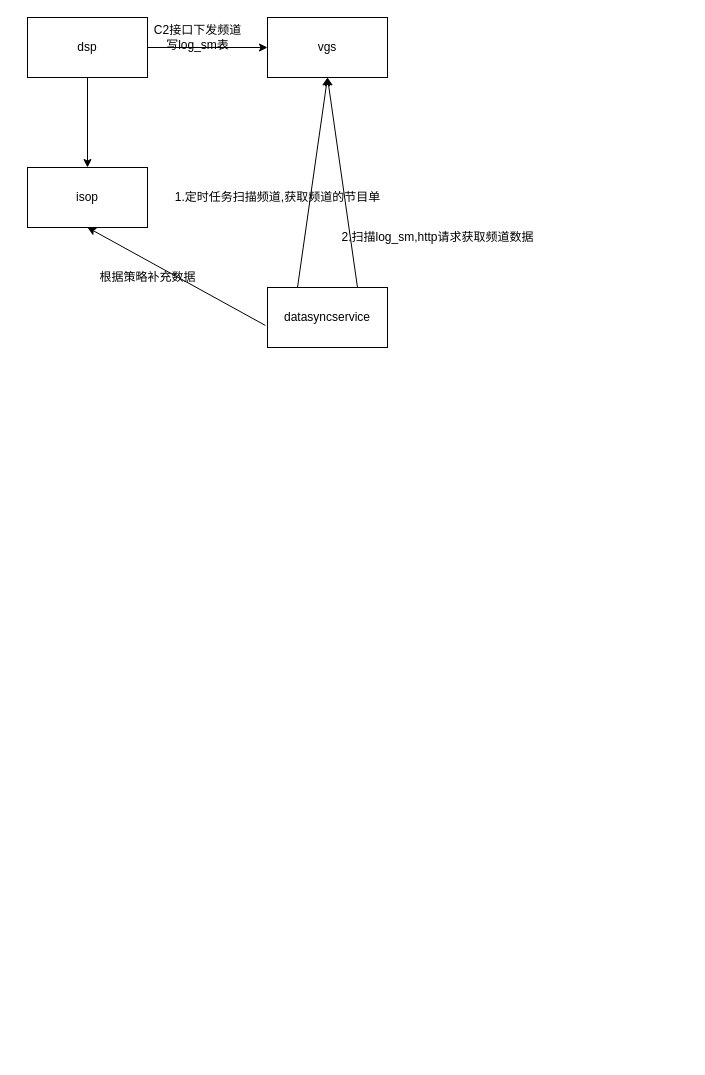
Before: 补充媒资流程.drawio in utscgeorge/processitemtest, a draw.io diagram. Source tidied: cells renumbered, new cells numbered last; positions are measured from the earlier drawing's top-left corner, leaving out a move shared by most shapes. Both pictures are drawn from the tidied source at 100%, with x=0, y=0 at pixel (27, 17).
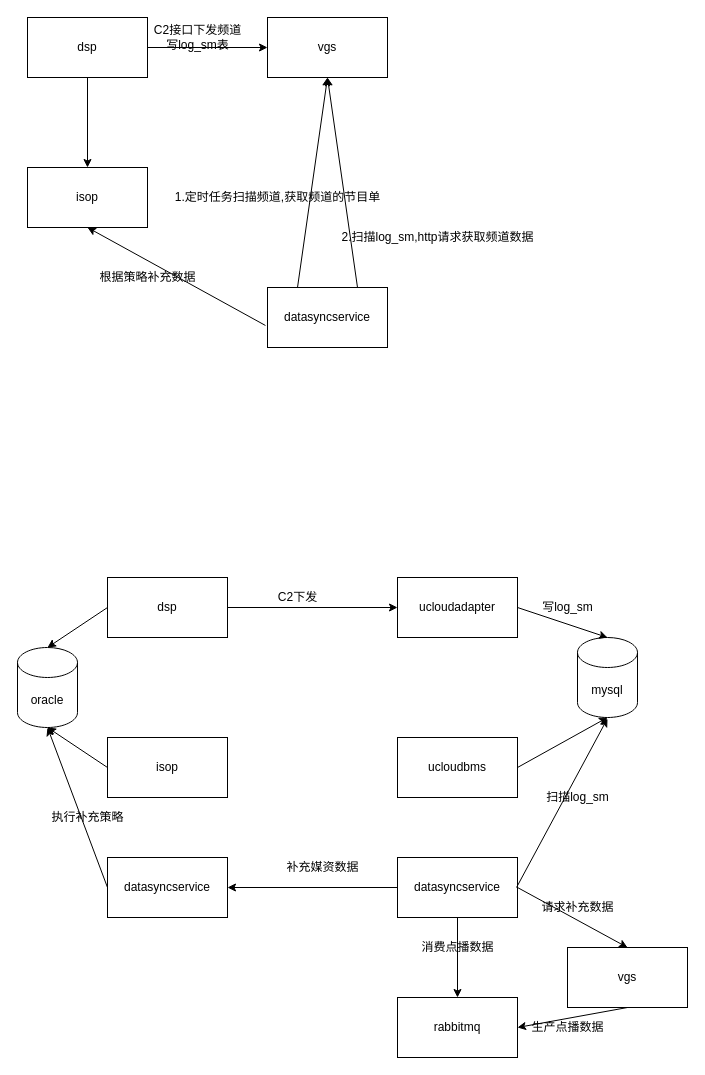
After the change.

Commit message:
Update 补充媒资流程.drawio

The edit, as a diff of the source:
```diff
@@
+    <mxCell id="15" value="isop" style="whiteSpace=wrap;html=1;" parent="1" vertex="1">
+      <mxGeometry x="80" y="720" width="120" height="60" as="geometry" />
+    </mxCell>
+    <mxCell id="16" style="edgeStyle=orthogonalEdgeStyle;rounded=0;jettySize=auto;html=1;" parent="1" edge="1" source="17" target="18">
+      <mxGeometry relative="1" as="geometry" />
+    </mxCell>
+    <mxCell id="17" value="dsp" style="whiteSpace=wrap;html=1;" parent="1" vertex="1">
+      <mxGeometry x="80" y="560" width="120" height="60" as="geometry" />
+    </mxCell>
+    <mxCell id="18" value="ucloudadapter" style="whiteSpace=wrap;html=1;" parent="1" vertex="1">
+      <mxGeometry x="370" y="560" width="120" height="60" as="geometry" />
+    </mxCell>
+    <mxCell id="19" value="ucloudbms" style="whiteSpace=wrap;html=1;" parent="1" vertex="1">
+      <mxGeometry x="370" y="720" width="120" height="60" as="geometry" />
+    </mxCell>
+    <mxCell id="20" value="oracle" style="shape=cylinder3;whiteSpace=wrap;html=1;boundedLbl=1;backgroundOutline=1;size=15;" parent="1" vertex="1">
+      <mxGeometry x="-10" y="630" width="60" height="80" as="geometry" />
+    </mxCell>
+    <mxCell id="21" style="endArrow=classic;html=1;exitX=0;exitY=0.5;exitDx=0;exitDy=0;" parent="1" edge="1" source="17">
+      <mxGeometry relative="1" as="geometry">
+        <mxPoint x="20" y="630" as="targetPoint" />
+      </mxGeometry>
+    </mxCell>
+    <mxCell id="22" style="endArrow=classic;html=1;exitX=0;exitY=0.5;exitDx=0;exitDy=0;entryX=0.5;entryY=1;entryDx=0;entryDy=0;entryPerimeter=0;" parent="1" edge="1" source="15" target="20">
+      <mxGeometry relative="1" as="geometry" />
+    </mxCell>
+    <mxCell id="23" value="mysql&lt;br&gt;" style="shape=cylinder3;whiteSpace=wrap;html=1;boundedLbl=1;backgroundOutline=1;size=15;" parent="1" vertex="1">
+      <mxGeometry x="550" y="620" width="60" height="80" as="geometry" />
+    </mxCell>
+    <mxCell id="24" style="endArrow=classic;html=1;exitX=1;exitY=0.5;exitDx=0;exitDy=0;entryX=0.5;entryY=0;entryDx=0;entryDy=0;entryPerimeter=0;" parent="1" edge="1" source="18" target="23">
+      <mxGeometry relative="1" as="geometry" />
+    </mxCell>
+    <mxCell id="25" style="endArrow=classic;html=1;exitX=1;exitY=0.5;exitDx=0;exitDy=0;" parent="1" edge="1" source="19">
+      <mxGeometry relative="1" as="geometry">
+        <mxPoint x="580" y="700" as="targetPoint" />
+      </mxGeometry>
+    </mxCell>
+    <mxCell id="26" value="datasyncservice" style="whiteSpace=wrap;html=1;" parent="1" vertex="1">
+      <mxGeometry x="80" y="840" width="120" height="60" as="geometry" />
+    </mxCell>
+    <mxCell id="27" style="edgeStyle=orthogonalEdgeStyle;rounded=0;jettySize=auto;html=1;" parent="1" edge="1" source="28" target="40">
+      <mxGeometry relative="1" as="geometry" />
+    </mxCell>
+    <mxCell id="28" value="datasyncservice" style="whiteSpace=wrap;html=1;" parent="1" vertex="1">
+      <mxGeometry x="370" y="840" width="120" height="60" as="geometry" />
+    </mxCell>
+    <mxCell id="29" value="vgs" style="whiteSpace=wrap;html=1;" parent="1" vertex="1">
+      <mxGeometry x="540" y="930" width="120" height="60" as="geometry" />
+    </mxCell>
+    <mxCell id="30" style="endArrow=classic;html=1;" parent="1" edge="1">
+      <mxGeometry relative="1" as="geometry">
+        <mxPoint x="489" y="870" as="sourcePoint" />
+        <mxPoint x="580" y="701" as="targetPoint" />
+      </mxGeometry>
+    </mxCell>
+    <mxCell id="31" style="endArrow=classic;html=1;exitX=1;exitY=0.5;exitDx=0;exitDy=0;entryX=0.5;entryY=0;entryDx=0;entryDy=0;" parent="1" edge="1" source="28" target="29">
+      <mxGeometry relative="1" as="geometry" />
+    </mxCell>
+    <mxCell id="32" value="写log_sm" style="text;html=1;align=center;verticalAlign=middle;strokeColor=none;" parent="1" vertex="1">
+      <mxGeometry x="505" y="580" width="70" height="20" as="geometry" />
+    </mxCell>
+    <mxCell id="33" value="扫描log_sm" style="text;html=1;align=center;verticalAlign=middle;strokeColor=none;" parent="1" vertex="1">
+      <mxGeometry x="510" y="770" width="80" height="20" as="geometry" />
+    </mxCell>
+    <mxCell id="34" value="请求补充数据" style="text;html=1;align=center;verticalAlign=middle;strokeColor=none;" parent="1" vertex="1">
+      <mxGeometry x="505" y="880" width="90" height="20" as="geometry" />
+    </mxCell>
+    <mxCell id="35" style="endArrow=classic;html=1;exitX=0;exitY=0.5;exitDx=0;exitDy=0;entryX=1;entryY=0.5;entryDx=0;entryDy=0;entryPerimeter=0;" parent="1" edge="1" source="28" target="26">
+      <mxGeometry relative="1" as="geometry" />
+    </mxCell>
+    <mxCell id="36" value="补充媒资数据" style="text;html=1;align=center;verticalAlign=middle;strokeColor=none;" parent="1" vertex="1">
+      <mxGeometry x="250" y="840" width="90" height="20" as="geometry" />
+    </mxCell>
+    <mxCell id="37" style="endArrow=classic;html=1;exitX=0;exitY=0.5;exitDx=0;exitDy=0;" parent="1" edge="1" source="26">
+      <mxGeometry relative="1" as="geometry">
+        <mxPoint x="20" y="710" as="targetPoint" />
+      </mxGeometry>
+    </mxCell>
+    <mxCell id="38" value="执行补充策略" style="text;html=1;align=center;verticalAlign=middle;strokeColor=none;" parent="1" vertex="1">
+      <mxGeometry x="15" y="790" width="90" height="20" as="geometry" />
+    </mxCell>
+    <mxCell id="39" value="C2下发" style="text;html=1;align=center;verticalAlign=middle;strokeColor=none;" parent="1" vertex="1">
+      <mxGeometry x="245" y="570" width="50" height="20" as="geometry" />
+    </mxCell>
+    <mxCell id="40" value="rabbitmq" style="whiteSpace=wrap;html=1;" parent="1" vertex="1">
+      <mxGeometry x="370" y="980" width="120" height="60" as="geometry" />
+    </mxCell>
+    <mxCell id="41" style="endArrow=classic;html=1;exitX=0.5;exitY=1;exitDx=0;exitDy=0;entryX=1;entryY=0.5;entryDx=0;entryDy=0;" parent="1" edge="1" source="29" target="40">
+      <mxGeometry relative="1" as="geometry" />
+    </mxCell>
+    <mxCell id="42" value="生产点播数据" style="text;html=1;align=center;verticalAlign=middle;strokeColor=none;" parent="1" vertex="1">
+      <mxGeometry x="495" y="1000" width="90" height="20" as="geometry" />
+    </mxCell>
+    <mxCell id="43" value="消费点播数据" style="text;html=1;align=center;verticalAlign=middle;strokeColor=none;" parent="1" vertex="1">
+      <mxGeometry x="385" y="920" width="90" height="20" as="geometry" />
+    </mxCell>
```
